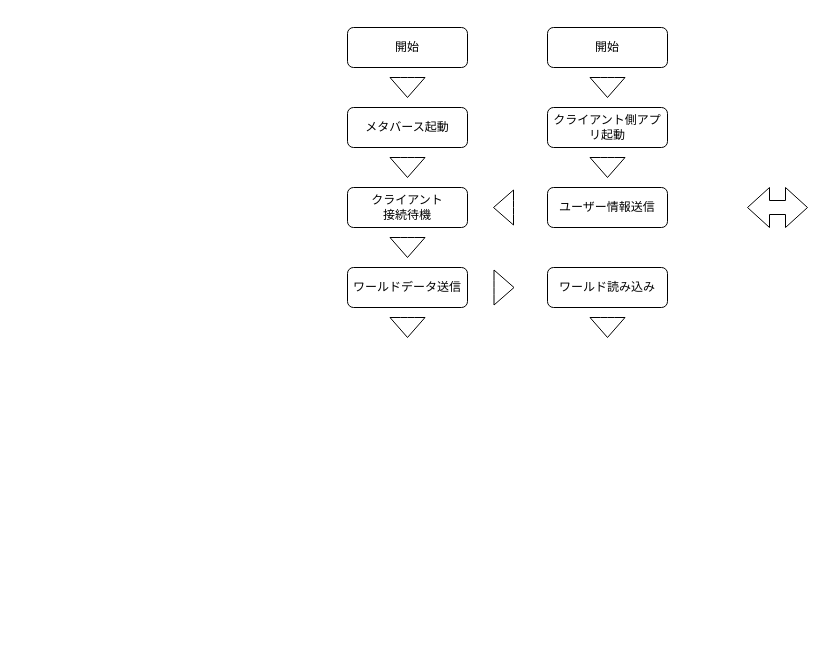
The draw.io diagram 処理.drawio in KaiPad0/-, before the edit. Source tidied: cells renumbered, new cells numbered last; positions are measured from the earlier drawing's top-left corner, leaving out a move shared by most shapes. Both pictures are drawn from the tidied source at 100%, with x=0, y=0 at pixel (347, 27).
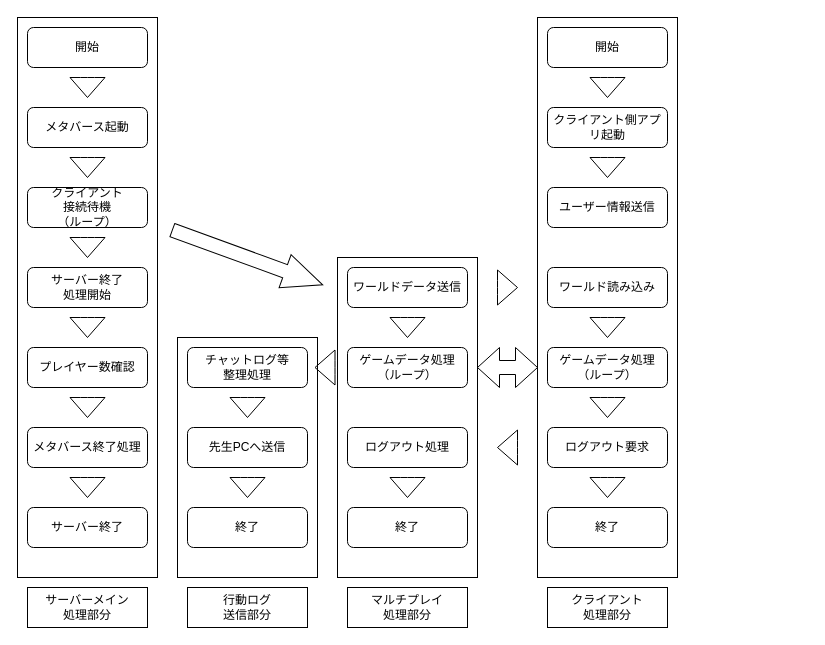
The same page after the edit.

Commit message:
処理.drawio を更新します

Change to the diagram source:
```diff
@@
     <mxCell id="2" value="開始" style="rounded=1;whiteSpace=wrap;html=1;" parent="1" vertex="1">
-      <mxGeometry width="120" height="40" as="geometry" />
+      <mxGeometry x="-320" width="120" height="40" as="geometry" />
     </mxCell>
-    <mxCell id="3" value="クライアント&lt;div&gt;接続待機&lt;/div&gt;" style="rounded=1;whiteSpace=wrap;html=1;" parent="1" vertex="1">
-      <mxGeometry y="160" width="120" height="40" as="geometry" />
+    <mxCell id="3" value="クライアント&lt;div&gt;接続待機&lt;/div&gt;&lt;div&gt;（ループ）&lt;/div&gt;" style="rounded=1;whiteSpace=wrap;html=1;" parent="1" vertex="1">
+      <mxGeometry x="-320" y="160" width="120" height="40" as="geometry" />
     </mxCell>
     <mxCell id="4" style="html=1;shadow=0;dashed=0;align=center;verticalAlign=middle;shape=mxgraph.arrows2.arrow;dy=0.6;dx=40;direction=south;notch=0;" parent="1" vertex="1">
-      <mxGeometry x="42.5" y="50" width="35" height="20" as="geometry" />
+      <mxGeometry x="-277.5" y="50" width="35" height="20" as="geometry" />
     </mxCell>
     <mxCell id="5" style="html=1;shadow=0;dashed=0;align=center;verticalAlign=middle;shape=mxgraph.arrows2.arrow;dy=0.6;dx=40;direction=south;notch=0;" parent="1" vertex="1">
-      <mxGeometry x="42.5" y="130" width="35" height="20" as="geometry" />
+      <mxGeometry x="-277.5" y="130" width="35" height="20" as="geometry" />
     </mxCell>
@@
     <mxCell id="7" value="メタバース起動" style="rounded=1;whiteSpace=wrap;html=1;" parent="1" vertex="1">
-      <mxGeometry y="80" width="120" height="40" as="geometry" />
+      <mxGeometry x="-320" y="80" width="120" height="40" as="geometry" />
     </mxCell>
@@
     <mxCell id="12" style="html=1;shadow=0;dashed=0;align=center;verticalAlign=middle;shape=mxgraph.arrows2.twoWayArrow;dy=0.65;dx=22;" parent="1" vertex="1">
-      <mxGeometry x="400" y="160" width="60" height="40" as="geometry" />
+      <mxGeometry x="130" y="320" width="60" height="40" as="geometry" />
     </mxCell>
@@
-    <mxCell id="14" style="html=1;shadow=0;dashed=0;align=center;verticalAlign=middle;shape=mxgraph.arrows2.arrow;dy=0.6;dx=40;direction=south;notch=0;" parent="1" vertex="1">
-      <mxGeometry x="42.5" y="210" width="35" height="20" as="geometry" />
-    </mxCell>
@@
-    <mxCell id="16" style="html=1;shadow=0;dashed=0;align=center;verticalAlign=middle;shape=mxgraph.arrows2.arrow;dy=0.6;dx=40;direction=south;notch=0;rotation=90;" parent="1" vertex="1">
-      <mxGeometry x="138.5" y="170" width="35" height="20" as="geometry" />
-    </mxCell>
     <mxCell id="17" style="html=1;shadow=0;dashed=0;align=center;verticalAlign=middle;shape=mxgraph.arrows2.arrow;dy=0.6;dx=40;direction=south;notch=0;rotation=-90;" parent="1" vertex="1">
-      <mxGeometry x="139" y="250" width="35" height="20" as="geometry" />
+      <mxGeometry x="142.5" y="250" width="35" height="20" as="geometry" />
     </mxCell>
@@
+    <mxCell id="20" value="ゲームデータ処理&lt;div&gt;（ループ）&lt;/div&gt;" style="rounded=1;whiteSpace=wrap;html=1;" parent="1" vertex="1">
+      <mxGeometry y="320" width="120" height="40" as="geometry" />
+    </mxCell>
+    <mxCell id="21" value="ゲームデータ処理&lt;div&gt;（ループ）&lt;/div&gt;" style="rounded=1;whiteSpace=wrap;html=1;" parent="1" vertex="1">
+      <mxGeometry x="200" y="320" width="120" height="40" as="geometry" />
+    </mxCell>
+    <mxCell id="22" style="html=1;shadow=0;dashed=0;align=center;verticalAlign=middle;shape=mxgraph.arrows2.arrow;dy=0.6;dx=40;direction=south;notch=0;" parent="1" vertex="1">
+      <mxGeometry x="242.5" y="370" width="35" height="20" as="geometry" />
+    </mxCell>
+    <mxCell id="23" style="html=1;shadow=0;dashed=0;align=center;verticalAlign=middle;shape=mxgraph.arrows2.arrow;dy=0.6;dx=40;direction=south;notch=0;rotation=90;" parent="1" vertex="1">
+      <mxGeometry x="-40" y="330" width="35" height="20" as="geometry" />
+    </mxCell>
+    <mxCell id="24" value="チャットログ等&lt;div&gt;整理処理&lt;/div&gt;" style="rounded=1;whiteSpace=wrap;html=1;" parent="1" vertex="1">
+      <mxGeometry x="-160" y="320" width="120" height="40" as="geometry" />
+    </mxCell>
+    <mxCell id="25" style="html=1;shadow=0;dashed=0;align=center;verticalAlign=middle;shape=mxgraph.arrows2.arrow;dy=0.6;dx=40;direction=south;notch=0;" parent="1" vertex="1">
+      <mxGeometry x="-117.5" y="370" width="35" height="20" as="geometry" />
+    </mxCell>
+    <mxCell id="26" value="先生PCへ送信" style="rounded=1;whiteSpace=wrap;html=1;" parent="1" vertex="1">
+      <mxGeometry x="-160" y="400" width="120" height="40" as="geometry" />
+    </mxCell>
+    <mxCell id="27" value="ログアウト要求" style="rounded=1;whiteSpace=wrap;html=1;" parent="1" vertex="1">
+      <mxGeometry x="200" y="400" width="120" height="40" as="geometry" />
+    </mxCell>
+    <mxCell id="28" style="html=1;shadow=0;dashed=0;align=center;verticalAlign=middle;shape=mxgraph.arrows2.arrow;dy=0.6;dx=40;direction=south;notch=0;rotation=90;" parent="1" vertex="1">
+      <mxGeometry x="142.5" y="410" width="35" height="20" as="geometry" />
+    </mxCell>
+    <mxCell id="29" value="ログアウト処理" style="rounded=1;whiteSpace=wrap;html=1;" parent="1" vertex="1">
+      <mxGeometry y="400" width="120" height="40" as="geometry" />
+    </mxCell>
+    <mxCell id="30" style="html=1;shadow=0;dashed=0;align=center;verticalAlign=middle;shape=mxgraph.arrows2.arrow;dy=0.6;dx=40;direction=south;notch=0;" parent="1" vertex="1">
+      <mxGeometry x="242.5" y="450" width="35" height="20" as="geometry" />
+    </mxCell>
+    <mxCell id="31" value="終了" style="rounded=1;whiteSpace=wrap;html=1;" parent="1" vertex="1">
+      <mxGeometry x="200" y="480" width="120" height="40" as="geometry" />
+    </mxCell>
+    <mxCell id="32" style="html=1;shadow=0;dashed=0;align=center;verticalAlign=middle;shape=mxgraph.arrows2.arrow;dy=0.6;dx=40;direction=south;notch=0;" parent="1" vertex="1">
+      <mxGeometry x="42.5" y="450" width="35" height="20" as="geometry" />
+    </mxCell>
+    <mxCell id="33" value="終了" style="rounded=1;whiteSpace=wrap;html=1;" parent="1" vertex="1">
+      <mxGeometry y="480" width="120" height="40" as="geometry" />
+    </mxCell>
+    <mxCell id="34" style="html=1;shadow=0;dashed=0;align=center;verticalAlign=middle;shape=mxgraph.arrows2.arrow;dy=0.6;dx=40;direction=south;notch=0;" parent="1" vertex="1">
+      <mxGeometry x="-117.5" y="450" width="35" height="20" as="geometry" />
+    </mxCell>
+    <mxCell id="35" value="終了" style="rounded=1;whiteSpace=wrap;html=1;" parent="1" vertex="1">
+      <mxGeometry x="-160" y="480" width="120" height="40" as="geometry" />
+    </mxCell>
+    <mxCell id="36" value="プレイヤー数確認" style="rounded=1;whiteSpace=wrap;html=1;" parent="1" vertex="1">
+      <mxGeometry x="-320" y="320" width="120" height="40" as="geometry" />
+    </mxCell>
+    <mxCell id="37" style="html=1;shadow=0;dashed=0;align=center;verticalAlign=middle;shape=mxgraph.arrows2.arrow;dy=0.6;dx=40;direction=south;notch=0;" parent="1" vertex="1">
+      <mxGeometry x="-277.5" y="370" width="35" height="20" as="geometry" />
+    </mxCell>
+    <mxCell id="38" value="メタバース終了処理" style="rounded=1;whiteSpace=wrap;html=1;" parent="1" vertex="1">
+      <mxGeometry x="-320" y="400" width="120" height="40" as="geometry" />
+    </mxCell>
+    <mxCell id="39" style="html=1;shadow=0;dashed=0;align=center;verticalAlign=middle;shape=mxgraph.arrows2.arrow;dy=0.6;dx=40;direction=south;notch=0;" parent="1" vertex="1">
+      <mxGeometry x="-277.5" y="450" width="35" height="20" as="geometry" />
+    </mxCell>
+    <mxCell id="40" value="サーバー終了" style="rounded=1;whiteSpace=wrap;html=1;" parent="1" vertex="1">
+      <mxGeometry x="-320" y="480" width="120" height="40" as="geometry" />
+    </mxCell>
+    <mxCell id="41" style="html=1;shadow=0;dashed=0;align=center;verticalAlign=middle;shape=mxgraph.arrows2.arrow;dy=0.6;dx=40;direction=south;notch=0;rotation=-70;" parent="1" vertex="1">
+      <mxGeometry x="-117.5" y="150" width="35" height="160" as="geometry" />
+    </mxCell>
+    <mxCell id="42" style="html=1;shadow=0;dashed=0;align=center;verticalAlign=middle;shape=mxgraph.arrows2.arrow;dy=0.6;dx=40;direction=south;notch=0;" parent="1" vertex="1">
+      <mxGeometry x="-277.5" y="210" width="35" height="20" as="geometry" />
+    </mxCell>
+    <mxCell id="43" value="サーバー終了&lt;div&gt;処理開始&lt;/div&gt;" style="rounded=1;whiteSpace=wrap;html=1;" parent="1" vertex="1">
+      <mxGeometry x="-320" y="240" width="120" height="40" as="geometry" />
+    </mxCell>
+    <mxCell id="44" style="html=1;shadow=0;dashed=0;align=center;verticalAlign=middle;shape=mxgraph.arrows2.arrow;dy=0.6;dx=40;direction=south;notch=0;" parent="1" vertex="1">
+      <mxGeometry x="-277.5" y="290" width="35" height="20" as="geometry" />
+    </mxCell>
+    <mxCell id="45" value="サーバーメイン&lt;div&gt;処理部分&lt;/div&gt;" style="rounded=0;whiteSpace=wrap;html=1;" parent="1" vertex="1">
+      <mxGeometry x="-320" y="560" width="120" height="40" as="geometry" />
+    </mxCell>
+    <mxCell id="46" value="行動ログ&lt;div&gt;送信部分&lt;/div&gt;" style="rounded=0;whiteSpace=wrap;html=1;" parent="1" vertex="1">
+      <mxGeometry x="-160" y="560" width="120" height="40" as="geometry" />
+    </mxCell>
+    <mxCell id="47" value="マルチプレイ&lt;div&gt;処理部分&lt;/div&gt;" style="rounded=0;whiteSpace=wrap;html=1;" parent="1" vertex="1">
+      <mxGeometry y="560" width="120" height="40" as="geometry" />
+    </mxCell>
+    <mxCell id="48" value="クライアント&lt;div&gt;処理部分&lt;/div&gt;" style="rounded=0;whiteSpace=wrap;html=1;" parent="1" vertex="1">
+      <mxGeometry x="200" y="560" width="120" height="40" as="geometry" />
+    </mxCell>
+    <mxCell id="49" style="whiteSpace=wrap;html=1;fillColor=none;" parent="1" vertex="1">
+      <mxGeometry x="-10" y="230" width="140" height="320" as="geometry" />
+    </mxCell>
+    <mxCell id="50" style="whiteSpace=wrap;html=1;fillColor=none;" parent="1" vertex="1">
+      <mxGeometry x="-170" y="310" width="140" height="240" as="geometry" />
+    </mxCell>
+    <mxCell id="51" style="whiteSpace=wrap;html=1;fillColor=none;" parent="1" vertex="1">
+      <mxGeometry x="-330" y="-10" width="140" height="560" as="geometry" />
+    </mxCell>
+    <mxCell id="52" style="whiteSpace=wrap;html=1;fillColor=none;" parent="1" vertex="1">
+      <mxGeometry x="190" y="-10" width="140" height="560" as="geometry" />
+    </mxCell>
```
